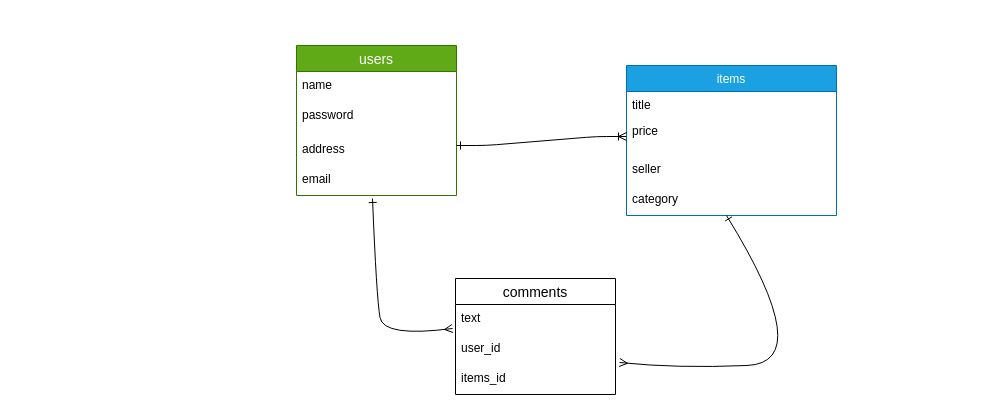
Rasshiin/furima-36886 keeps this draw.io diagram as test.dio. Above is the earlier version. Source tidied: cells renumbered, new cells numbered last; positions are measured from the earlier drawing's top-left corner, leaving out a move shared by most shapes. Both pictures are drawn from the tidied source at 100%, with x=0, y=0 at pixel (296, 45).
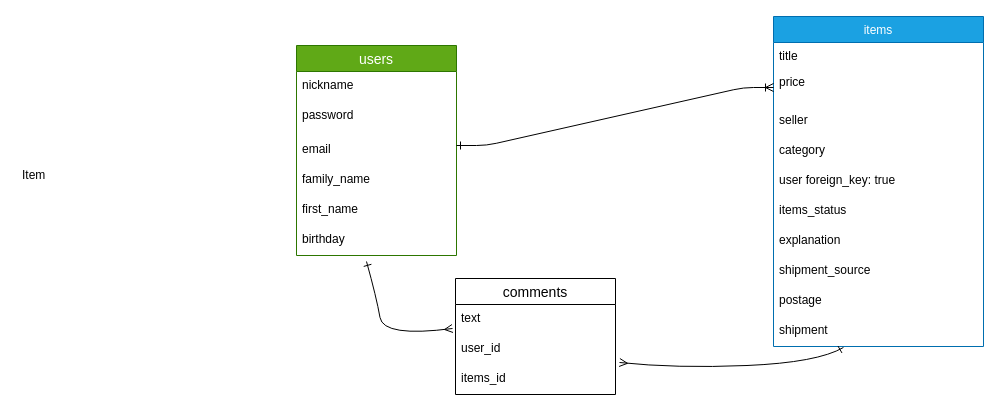
After the change.

Commit message:
データベースに保存する物の追加

Unchanged cells that the change refers to:
```xml
<mxCell id="11" value="category" style="text;strokeColor=none;fillColor=none;spacingLeft=4;spacingRight=4;overflow=hidden;points=[[0,0.5],[1,0.5]];portConstraint=eastwest;fontSize=12;" parent="7" vertex="1">
  <mxGeometry y="120" width="210" height="30" as="geometry" />
</mxCell>
```

What changed in the source:
```diff
@@
     <mxCell id="2" value="users" style="swimlane;fontStyle=0;horizontal=1;startSize=26;align=center;fontSize=14;fillColor=#60a917;strokeColor=#2D7600;fontColor=#ffffff;" parent="1" vertex="1">
-      <mxGeometry width="160" height="150" as="geometry" />
+      <mxGeometry width="160" height="210" as="geometry" />
     </mxCell>
-    <mxCell id="3" value="name" style="text;strokeColor=none;fillColor=none;spacingLeft=4;spacingRight=4;overflow=hidden;fontSize=12;" parent="2" vertex="1">
+    <mxCell id="3" value="nickname" style="text;strokeColor=none;fillColor=none;spacingLeft=4;spacingRight=4;overflow=hidden;fontSize=12;" parent="2" vertex="1">
       <mxGeometry y="26" width="160" height="30" as="geometry" />
     </mxCell>
@@
-    <mxCell id="5" value="address" style="text;strokeColor=none;fillColor=none;spacingLeft=4;spacingRight=4;overflow=hidden;fontSize=12;" parent="2" vertex="1">
-      <mxGeometry y="90" width="160" height="30" as="geometry" />
-    </mxCell>
     <mxCell id="6" value="email" style="text;strokeColor=none;fillColor=none;spacingLeft=4;spacingRight=4;overflow=hidden;points=[[0,0.5],[1,0.5]];portConstraint=eastwest;fontSize=12;" parent="2" vertex="1">
-      <mxGeometry y="120" width="160" height="30" as="geometry" />
+      <mxGeometry y="90" width="160" height="30" as="geometry" />
     </mxCell>
+    <mxCell id="19" value="family_name" style="text;strokeColor=none;fillColor=none;spacingLeft=4;spacingRight=4;overflow=hidden;fontSize=12;" parent="2" vertex="1">
+      <mxGeometry y="120" width="160" height="30" as="geometry" />
+    </mxCell>
+    <mxCell id="20" value="first_name" style="text;strokeColor=none;fillColor=none;spacingLeft=4;spacingRight=4;overflow=hidden;fontSize=12;" parent="2" vertex="1">
+      <mxGeometry y="150" width="160" height="30" as="geometry" />
+    </mxCell>
+    <mxCell id="21" value="birthday" style="text;strokeColor=none;fillColor=none;spacingLeft=4;spacingRight=4;overflow=hidden;fontSize=12;" parent="2" vertex="1">
+      <mxGeometry y="180" width="160" height="30" as="geometry" />
+    </mxCell>
     <mxCell id="7" value="items" style="swimlane;fontStyle=0;horizontal=1;startSize=26;fillColor=#1ba1e2;strokeColor=#006EAF;fontColor=#ffffff;" parent="1" vertex="1">
-      <mxGeometry x="330" y="20" width="210" height="150" as="geometry" />
+      <mxGeometry x="477" y="-29" width="210" height="330" as="geometry" />
     </mxCell>
@@
+    <mxCell id="22" value="user foreign_key: true" style="text;strokeColor=none;fillColor=none;spacingLeft=4;spacingRight=4;overflow=hidden;fontSize=12;" parent="7" vertex="1">
+      <mxGeometry y="150" width="210" height="30" as="geometry" />
+    </mxCell>
+    <mxCell id="23" value="items_status" style="text;strokeColor=none;fillColor=none;spacingLeft=4;spacingRight=4;overflow=hidden;fontSize=12;" parent="7" vertex="1">
+      <mxGeometry y="180" width="210" height="30" as="geometry" />
+    </mxCell>
+    <mxCell id="24" value="explanation" style="text;strokeColor=none;fillColor=none;spacingLeft=4;spacingRight=4;overflow=hidden;fontSize=12;" parent="7" vertex="1">
+      <mxGeometry y="210" width="210" height="30" as="geometry" />
+    </mxCell>
+    <mxCell id="25" value="shipment_source" style="text;strokeColor=none;fillColor=none;spacingLeft=4;spacingRight=4;overflow=hidden;fontSize=12;" parent="7" vertex="1">
+      <mxGeometry y="240" width="210" height="30" as="geometry" />
+    </mxCell>
+    <mxCell id="26" value="postage" style="text;strokeColor=none;fillColor=none;spacingLeft=4;spacingRight=4;overflow=hidden;fontSize=12;" parent="7" vertex="1">
+      <mxGeometry y="270" width="210" height="30" as="geometry" />
+    </mxCell>
+    <mxCell id="27" value="shipment" style="text;strokeColor=none;fillColor=none;spacingLeft=4;spacingRight=4;overflow=hidden;points=[[0,0.5],[1,0.5]];portConstraint=eastwest;fontSize=12;" parent="7" vertex="1">
+      <mxGeometry y="300" width="210" height="30" as="geometry" />
+    </mxCell>
@@
-    <mxCell id="13" style="curved=1;endArrow=ERmany;html=1;endFill=0;startArrow=ERone;startFill=0;exitX=0.475;exitY=1.1;exitDx=0;exitDy=0;exitPerimeter=0;" parent="1" edge="1" source="6">
+    <mxCell id="13" style="curved=1;endArrow=ERmany;html=1;endFill=0;startArrow=ERone;startFill=0;" parent="1" edge="1">
       <mxGeometry relative="1" as="geometry">
+        <mxPoint x="70" y="216" as="sourcePoint" />
         <mxPoint x="156" y="283" as="targetPoint" />
         <Array as="points">
           <mxPoint x="80" y="252" />
           <mxPoint x="87" y="292" />
         </Array>
       </mxGeometry>
     </mxCell>
@@
-    <mxCell id="18" style="curved=1;endArrow=ERmany;html=1;exitX=0.476;exitY=1;exitDx=0;exitDy=0;exitPerimeter=0;endFill=0;startArrow=ERone;startFill=0;" parent="1" edge="1" source="11">
+    <mxCell id="18" style="curved=1;endArrow=ERmany;html=1;endFill=0;startArrow=ERone;startFill=0;exitX=0.333;exitY=1.033;exitDx=0;exitDy=0;exitPerimeter=0;" parent="1" edge="1" source="27">
       <mxGeometry relative="1" as="geometry">
         <mxPoint x="323" y="317" as="targetPoint" />
         <Array as="points">
           <mxPoint x="521" y="317" />
           <mxPoint x="380" y="323" />
         </Array>
       </mxGeometry>
     </mxCell>
+    <mxCell id="28" value="Item" style="text;strokeColor=none;fillColor=none;spacingLeft=4;spacingRight=4;overflow=hidden;fontSize=12;" parent="1" vertex="1">
+      <mxGeometry x="-280" y="116" width="40" height="30" as="geometry" />
+    </mxCell>
```
